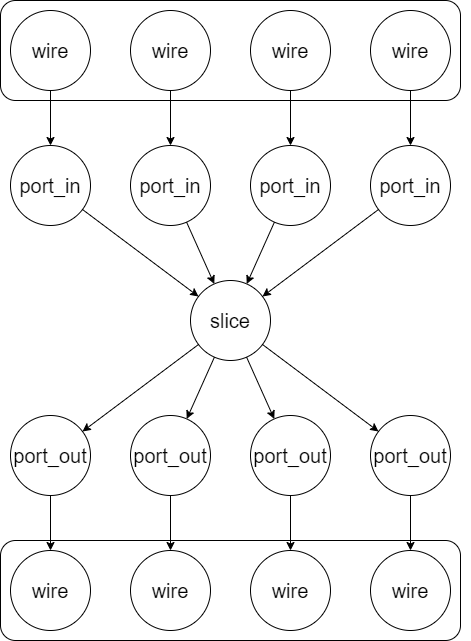
This is Latex/images/modelOfCell.png from Charrey/Thesis-text, a draw.io export, as it was before one commit. Source tidied: cells renumbered, new cells last; positions are measured from the earlier drawing's top-left corner, leaving out a move shared by most shapes. The source it was exported from:
```xml
<mxGraphModel>
  <root>
    <mxCell id="0" />
    <mxCell id="1" parent="0" />
    <mxCell id="2" value="slice" style="ellipse;whiteSpace=wrap;html=1;fontSize=20;" parent="1" vertex="1">
      <mxGeometry x="190" y="280" width="80" height="80" as="geometry" />
    </mxCell>
    <mxCell id="3" style="group;fontSize=20;" parent="1" vertex="1">
      <mxGeometry x="10" y="10" width="460" height="90" as="geometry" />
    </mxCell>
    <mxCell id="4" style="rounded=1;whiteSpace=wrap;html=1;fontSize=20;" parent="3" vertex="1">
      <mxGeometry x="-10" y="-10" width="460" height="100" as="geometry" />
    </mxCell>
    <mxCell id="5" value="wire" style="ellipse;whiteSpace=wrap;html=1;fontSize=20;" parent="3" vertex="1">
      <mxGeometry width="80" height="80" as="geometry" />
    </mxCell>
    <mxCell id="6" value="wire" style="ellipse;whiteSpace=wrap;html=1;fontSize=20;" parent="3" vertex="1">
      <mxGeometry x="120" width="80" height="80" as="geometry" />
    </mxCell>
    <mxCell id="7" value="wire" style="ellipse;whiteSpace=wrap;html=1;fontSize=20;" parent="3" vertex="1">
      <mxGeometry x="240" width="80" height="80" as="geometry" />
    </mxCell>
    <mxCell id="8" value="wire" style="ellipse;whiteSpace=wrap;html=1;fontSize=20;" parent="3" vertex="1">
      <mxGeometry x="360" width="80" height="80" as="geometry" />
    </mxCell>
    <mxCell id="9" style="group;fontSize=20;" parent="1" vertex="1">
      <mxGeometry x="10" y="145" width="440" height="80" as="geometry" />
    </mxCell>
    <mxCell id="10" value="port_in" style="ellipse;whiteSpace=wrap;html=1;fontSize=20;" parent="9" vertex="1">
      <mxGeometry width="80" height="80" as="geometry" />
    </mxCell>
    <mxCell id="11" value="port_in" style="ellipse;whiteSpace=wrap;html=1;fontSize=20;" parent="9" vertex="1">
      <mxGeometry x="120" width="80" height="80" as="geometry" />
    </mxCell>
    <mxCell id="12" value="port_in" style="ellipse;whiteSpace=wrap;html=1;fontSize=20;" parent="9" vertex="1">
      <mxGeometry x="240" width="80" height="80" as="geometry" />
    </mxCell>
    <mxCell id="13" value="port_in" style="ellipse;whiteSpace=wrap;html=1;fontSize=20;" parent="9" vertex="1">
      <mxGeometry x="360" width="80" height="80" as="geometry" />
    </mxCell>
    <mxCell id="14" style="group;fontSize=20;" parent="1" vertex="1">
      <mxGeometry x="10" y="415" width="440" height="80" as="geometry" />
    </mxCell>
    <mxCell id="15" value="port_out" style="ellipse;whiteSpace=wrap;html=1;fontSize=20;" parent="14" vertex="1">
      <mxGeometry width="80" height="80" as="geometry" />
    </mxCell>
    <mxCell id="16" value="port_out" style="ellipse;whiteSpace=wrap;html=1;fontSize=20;" parent="14" vertex="1">
      <mxGeometry x="120" width="80" height="80" as="geometry" />
    </mxCell>
    <mxCell id="17" value="port_out" style="ellipse;whiteSpace=wrap;html=1;fontSize=20;" parent="14" vertex="1">
      <mxGeometry x="240" width="80" height="80" as="geometry" />
    </mxCell>
    <mxCell id="18" value="port_out" style="ellipse;whiteSpace=wrap;html=1;fontSize=20;" parent="14" vertex="1">
      <mxGeometry x="360" width="80" height="80" as="geometry" />
    </mxCell>
    <mxCell id="19" style="group;fontSize=20;" parent="1" vertex="1">
      <mxGeometry x="10" y="550" width="450" height="90" as="geometry" />
    </mxCell>
    <mxCell id="20" style="rounded=1;whiteSpace=wrap;html=1;fontSize=20;" parent="19" vertex="1">
      <mxGeometry x="-10" y="-10" width="460" height="100" as="geometry" />
    </mxCell>
    <mxCell id="21" value="wire" style="ellipse;whiteSpace=wrap;html=1;fontSize=20;" parent="19" vertex="1">
      <mxGeometry width="80" height="80" as="geometry" />
    </mxCell>
    <mxCell id="22" value="wire" style="ellipse;whiteSpace=wrap;html=1;fontSize=20;" parent="19" vertex="1">
      <mxGeometry x="120" width="80" height="80" as="geometry" />
    </mxCell>
    <mxCell id="23" value="wire" style="ellipse;whiteSpace=wrap;html=1;fontSize=20;" parent="19" vertex="1">
      <mxGeometry x="240" width="80" height="80" as="geometry" />
    </mxCell>
    <mxCell id="24" value="wire" style="ellipse;whiteSpace=wrap;html=1;fontSize=20;" parent="19" vertex="1">
      <mxGeometry x="360" width="80" height="80" as="geometry" />
    </mxCell>
    <mxCell id="25" style="endArrow=classic;html=1;fontSize=20;" parent="1" edge="1" source="10" target="2">
      <mxGeometry relative="1" as="geometry" />
    </mxCell>
    <mxCell id="26" style="endArrow=classic;html=1;fontSize=20;" parent="1" edge="1" source="11" target="2">
      <mxGeometry relative="1" as="geometry" />
    </mxCell>
    <mxCell id="27" style="endArrow=classic;html=1;fontSize=20;" parent="1" edge="1" source="12" target="2">
      <mxGeometry relative="1" as="geometry" />
    </mxCell>
    <mxCell id="28" style="endArrow=classic;html=1;fontSize=20;" parent="1" edge="1" source="13" target="2">
      <mxGeometry relative="1" as="geometry" />
    </mxCell>
    <mxCell id="29" style="endArrow=classic;html=1;fontSize=20;" parent="1" edge="1" source="8" target="13">
      <mxGeometry relative="1" as="geometry" />
    </mxCell>
    <mxCell id="30" style="endArrow=classic;html=1;fontSize=20;" parent="1" edge="1" source="7" target="12">
      <mxGeometry relative="1" as="geometry" />
    </mxCell>
    <mxCell id="31" style="endArrow=classic;html=1;fontSize=20;" parent="1" edge="1" source="6" target="11">
      <mxGeometry relative="1" as="geometry" />
    </mxCell>
    <mxCell id="32" style="endArrow=classic;html=1;fontSize=20;" parent="1" edge="1" source="5" target="10">
      <mxGeometry relative="1" as="geometry" />
    </mxCell>
    <mxCell id="33" style="endArrow=classic;html=1;fontSize=20;" parent="1" edge="1" source="2" target="15">
      <mxGeometry relative="1" as="geometry" />
    </mxCell>
    <mxCell id="34" style="endArrow=classic;html=1;fontSize=20;" parent="1" edge="1" source="2" target="16">
      <mxGeometry relative="1" as="geometry" />
    </mxCell>
    <mxCell id="35" style="endArrow=classic;html=1;fontSize=20;" parent="1" edge="1" source="2" target="17">
      <mxGeometry relative="1" as="geometry" />
    </mxCell>
    <mxCell id="36" style="endArrow=classic;html=1;fontSize=20;" parent="1" edge="1" source="2" target="18">
      <mxGeometry relative="1" as="geometry" />
    </mxCell>
    <mxCell id="37" style="endArrow=classic;html=1;fontSize=20;" parent="1" edge="1" source="18" target="24">
      <mxGeometry relative="1" as="geometry" />
    </mxCell>
    <mxCell id="38" style="endArrow=classic;html=1;fontSize=20;" parent="1" edge="1" source="16" target="22">
      <mxGeometry relative="1" as="geometry" />
    </mxCell>
    <mxCell id="39" style="endArrow=classic;html=1;fontSize=20;" parent="1" edge="1" source="17" target="23">
      <mxGeometry relative="1" as="geometry" />
    </mxCell>
    <mxCell id="40" style="endArrow=classic;html=1;fontSize=20;" parent="1" edge="1" source="15" target="21">
      <mxGeometry relative="1" as="geometry" />
    </mxCell>
  </root>
</mxGraphModel>
```
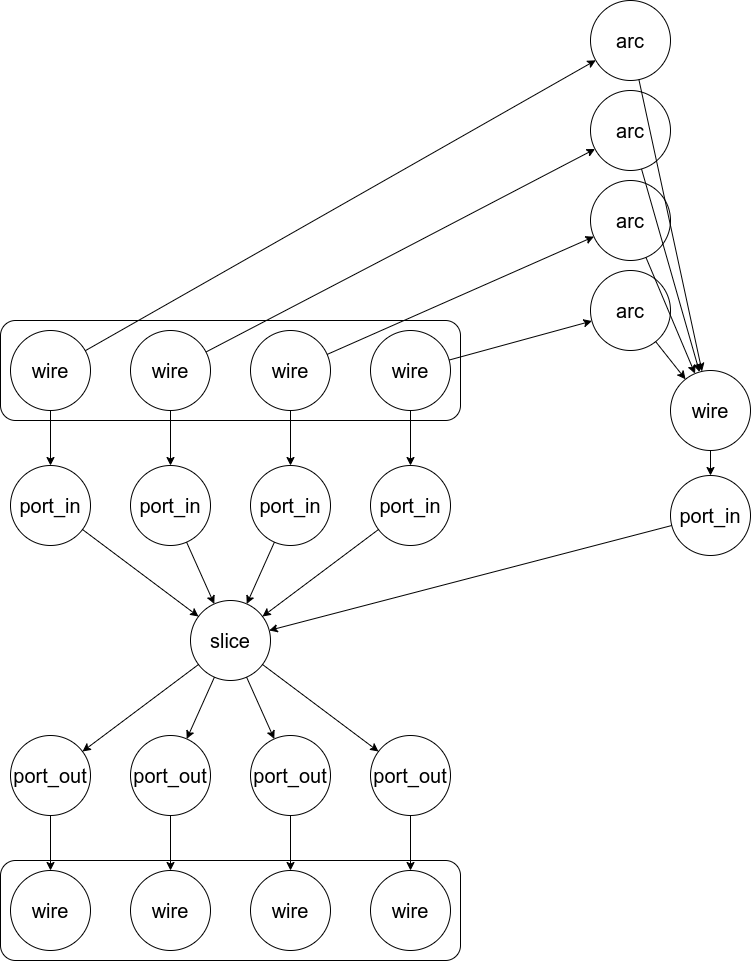
After the commit.

Diff of the diagram source:
```diff
@@ -119,5 +119,53 @@
     <mxCell id="40" style="endArrow=classic;html=1;fontSize=20;" parent="1" edge="1" source="15" target="21">
       <mxGeometry relative="1" as="geometry" />
     </mxCell>
+    <mxCell id="41" value="port_in" style="ellipse;whiteSpace=wrap;html=1;fontSize=20;" parent="1" vertex="1">
+      <mxGeometry x="670" y="155" width="80" height="80" as="geometry" />
+    </mxCell>
+    <mxCell id="42" value="wire" style="ellipse;whiteSpace=wrap;html=1;fontSize=20;" parent="1" vertex="1">
+      <mxGeometry x="670" y="50" width="80" height="80" as="geometry" />
+    </mxCell>
+    <mxCell id="43" style="endArrow=classic;html=1;fontSize=20;" parent="1" edge="1" source="42" target="41">
+      <mxGeometry relative="1" as="geometry" />
+    </mxCell>
+    <mxCell id="44" style="endArrow=classic;html=1;fontSize=20;" parent="1" edge="1" source="41" target="2">
+      <mxGeometry relative="1" as="geometry" />
+    </mxCell>
+    <mxCell id="45" value="arc" style="ellipse;whiteSpace=wrap;html=1;fontSize=20;" parent="1" vertex="1">
+      <mxGeometry x="590" y="-230" width="80" height="80" as="geometry" />
+    </mxCell>
+    <mxCell id="46" value="arc" style="ellipse;whiteSpace=wrap;html=1;fontSize=20;" parent="1" vertex="1">
+      <mxGeometry x="590" y="-140" width="80" height="80" as="geometry" />
+    </mxCell>
+    <mxCell id="47" value="arc" style="ellipse;whiteSpace=wrap;html=1;fontSize=20;" parent="1" vertex="1">
+      <mxGeometry x="590" y="-50" width="80" height="80" as="geometry" />
+    </mxCell>
+    <mxCell id="48" value="arc" style="ellipse;whiteSpace=wrap;html=1;fontSize=20;" parent="1" vertex="1">
+      <mxGeometry x="590" y="-320" width="80" height="80" as="geometry" />
+    </mxCell>
+    <mxCell id="49" style="endArrow=classic;html=1;" parent="1" edge="1" source="47" target="42">
+      <mxGeometry relative="1" as="geometry" />
+    </mxCell>
+    <mxCell id="50" style="endArrow=classic;html=1;" parent="1" edge="1" source="45" target="42">
+      <mxGeometry relative="1" as="geometry" />
+    </mxCell>
+    <mxCell id="51" style="endArrow=classic;html=1;" parent="1" edge="1" source="46" target="42">
+      <mxGeometry relative="1" as="geometry" />
+    </mxCell>
+    <mxCell id="52" style="endArrow=classic;html=1;" parent="1" edge="1" source="48" target="42">
+      <mxGeometry relative="1" as="geometry" />
+    </mxCell>
+    <mxCell id="53" style="endArrow=classic;html=1;" parent="1" edge="1" source="5" target="48">
+      <mxGeometry relative="1" as="geometry" />
+    </mxCell>
+    <mxCell id="54" style="endArrow=classic;html=1;" parent="1" edge="1" source="6" target="45">
+      <mxGeometry relative="1" as="geometry" />
+    </mxCell>
+    <mxCell id="55" style="endArrow=classic;html=1;" parent="1" edge="1" source="7" target="46">
+      <mxGeometry relative="1" as="geometry" />
+    </mxCell>
+    <mxCell id="56" style="endArrow=classic;html=1;" parent="1" edge="1" source="8" target="47">
+      <mxGeometry relative="1" as="geometry" />
+    </mxCell>
   </root>
 </mxGraphModel>
```
